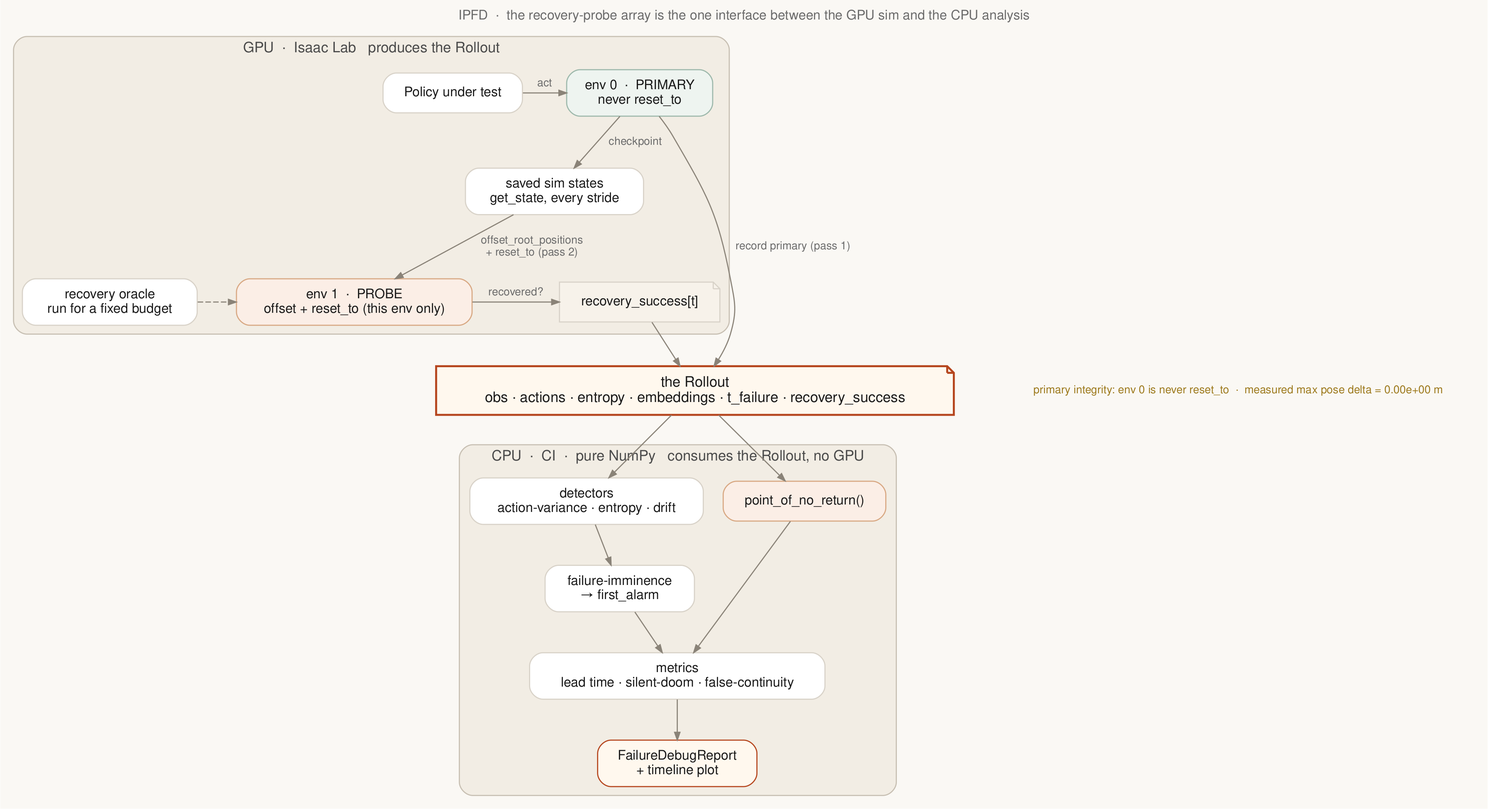
Earlier version of the Graphviz export examples/figures/architecture.png (yusufdxb/ipfd). Its source is kept beside it as docs/architecture.dot. The source it was exported from:
```dot
digraph IPFD {
  rankdir=TB;
  bgcolor="#faf8f4";
  fontname="Helvetica";
  labelloc="t";
  fontsize=12;
  fontcolor="#6b6b6b";
  label="IPFD  ·  the recovery-probe array is the one interface between the GPU sim and the CPU analysis\n";
  node [fontname="Helvetica", shape=box, style="rounded,filled", color="#d8d2c8",
        fillcolor="#ffffff", fontcolor="#1a1a1a", fontsize=12, margin="0.18,0.11"];
  edge [fontname="Helvetica", fontsize=10, color="#8a8378", fontcolor="#6b6b6b", arrowsize=0.7];

  subgraph cluster_sim {
    label="GPU  ·  Isaac Lab   produces the Rollout";
    fontsize=13; fontcolor="#4a4a4a"; color="#c7bfb2"; style="rounded"; bgcolor="#f2ede4";
    policy [label="Policy under test"];
    env0   [label="env 0  ·  PRIMARY\nnever reset_to", fillcolor="#eef4f0", color="#9db8ab"];
    states [label="saved sim states\nget_state, every stride"];
    env1   [label="env 1  ·  PROBE\noffset + reset_to (this env only)", fillcolor="#fbeee6", color="#d8a883"];
    oracle [label="recovery oracle\nrun for a fixed budget"];
    recov  [label="recovery_success[t]", shape=note, fillcolor="#f7f2ea"];

    policy -> env0   [label="  act"];
    env0   -> states [label="  checkpoint"];
    states -> env1   [label="  offset_root_positions\n  + reset_to (pass 2)"];
    oracle -> env1   [style=dashed];
    env1   -> recov  [label="  recovered?"];
    { rank=same; policy; env0; }
    { rank=same; oracle; env1; recov; }
  }

  rollout [label="the Rollout\nobs · actions · entropy · embeddings · t_failure · recovery_success",
           shape=note, fillcolor="#fff8ee", color="#b5451d", penwidth=1.8, fontcolor="#1a1a1a", fontsize=13];

  subgraph cluster_cpu {
    label="CPU  ·  CI  ·  pure NumPy   consumes the Rollout, no GPU";
    fontsize=13; fontcolor="#4a4a4a"; color="#c7bfb2"; style="rounded"; bgcolor="#f2ede4";
    detect  [label="detectors\naction-variance · entropy · drift"];
    immin   [label="failure-imminence\n→ first_alarm"];
    ponr    [label="point_of_no_return()", fillcolor="#fbeee6", color="#d8a883"];
    metrics [label="metrics\nlead time · silent-doom · false-continuity"];
    report  [label="FailureDebugReport\n+ timeline plot", fillcolor="#fff8ee", color="#b5451d"];

    detect  -> immin;
    immin   -> metrics;
    ponr    -> metrics;
    metrics -> report;
    { rank=same; detect; ponr; }
  }

  env0    -> rollout [label="  record primary (pass 1)"];
  recov   -> rollout;
  rollout -> detect;
  rollout -> ponr;

  integ [label="primary integrity: env 0 is never reset_to  ·  measured max pose delta = 0.00e+00 m",
         shape=plaintext, style="", fontcolor="#9d7a1d", fontsize=10];
  { rank=same; rollout; integ; }
  rollout -> integ [style=invis];
}
```
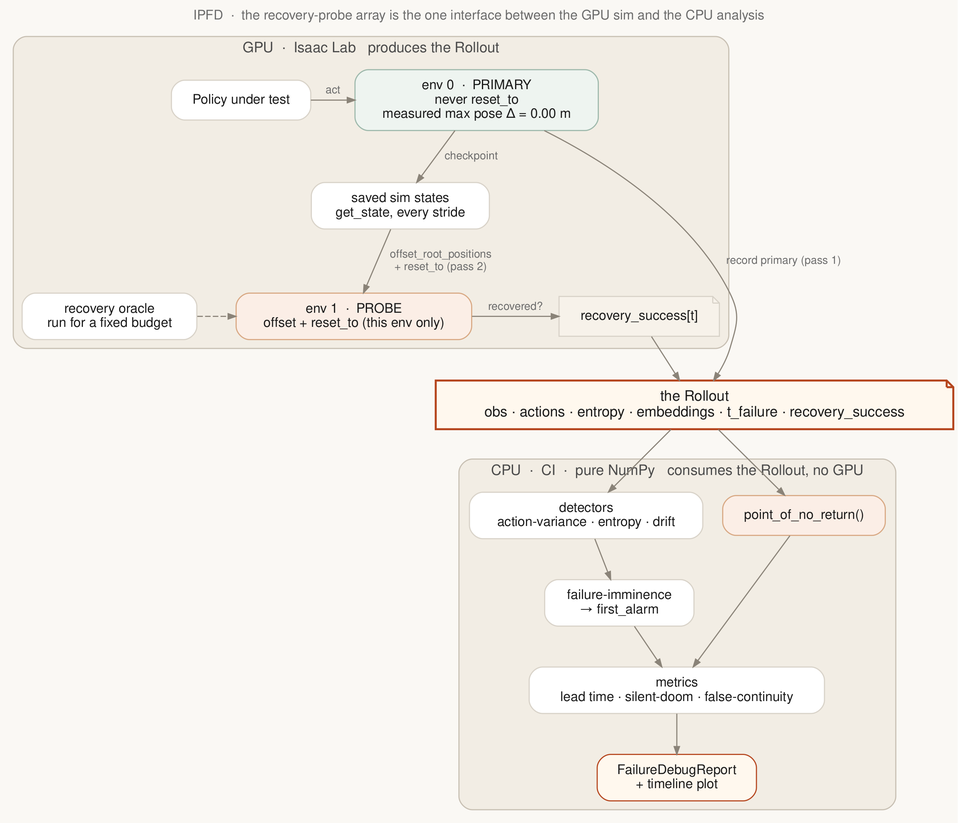
After the commit.

Diff of the diagram source:
```diff
@@ -14,7 +14,7 @@
     label="GPU  ·  Isaac Lab   produces the Rollout";
     fontsize=13; fontcolor="#4a4a4a"; color="#c7bfb2"; style="rounded"; bgcolor="#f2ede4";
     policy [label="Policy under test"];
-    env0   [label="env 0  ·  PRIMARY\nnever reset_to", fillcolor="#eef4f0", color="#9db8ab"];
+    env0   [label="env 0  ·  PRIMARY\nnever reset_to\nmeasured max pose Δ = 0.00 m", fillcolor="#eef4f0", color="#9db8ab"];
     states [label="saved sim states\nget_state, every stride"];
     env1   [label="env 1  ·  PROBE\noffset + reset_to (this env only)", fillcolor="#fbeee6", color="#d8a883"];
     oracle [label="recovery oracle\nrun for a fixed budget"];
@@ -52,9 +52,4 @@
   recov   -> rollout;
   rollout -> detect;
   rollout -> ponr;
-
-  integ [label="primary integrity: env 0 is never reset_to  ·  measured max pose delta = 0.00e+00 m",
-         shape=plaintext, style="", fontcolor="#9d7a1d", fontsize=10];
-  { rank=same; rollout; integ; }
-  rollout -> integ [style=invis];
 }
```
